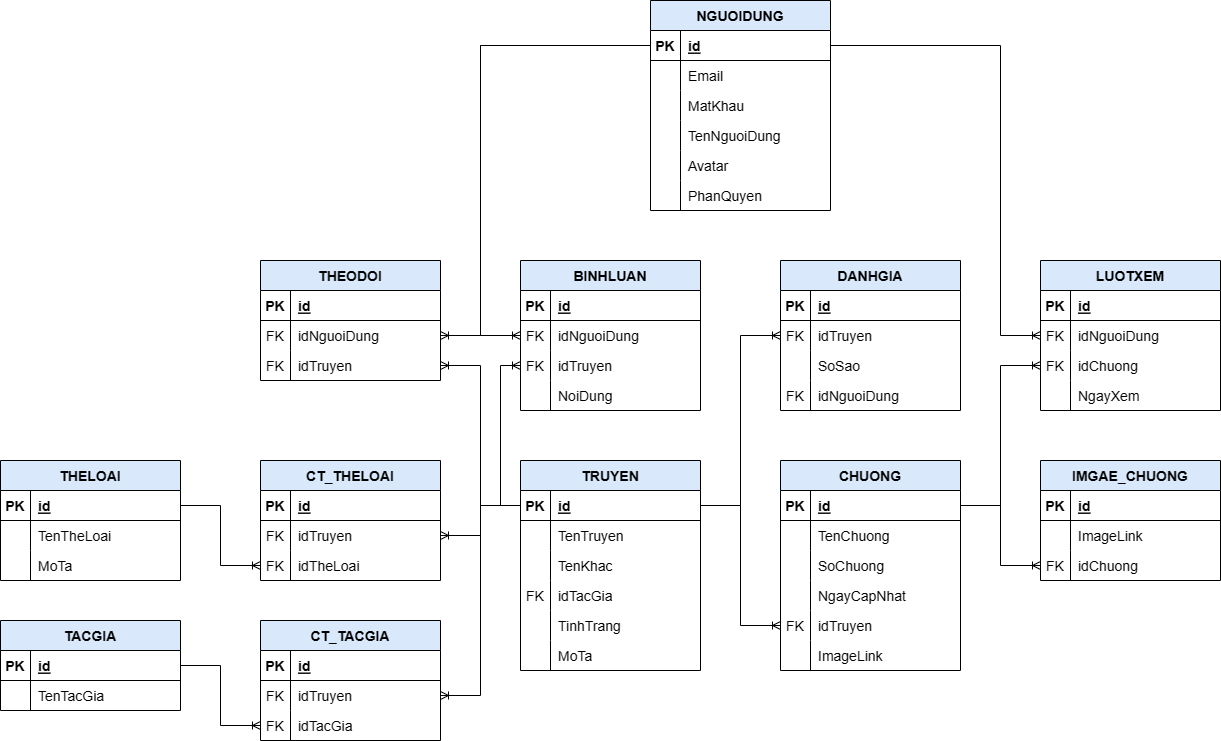
Before: ERD.png, a diagram exported from draw.io (nguyenhuutu270402/App-Comic-Reading). Source tidied: cells renumbered, new cells last; positions are measured from the earlier drawing's top-left corner, leaving out a move shared by most shapes.
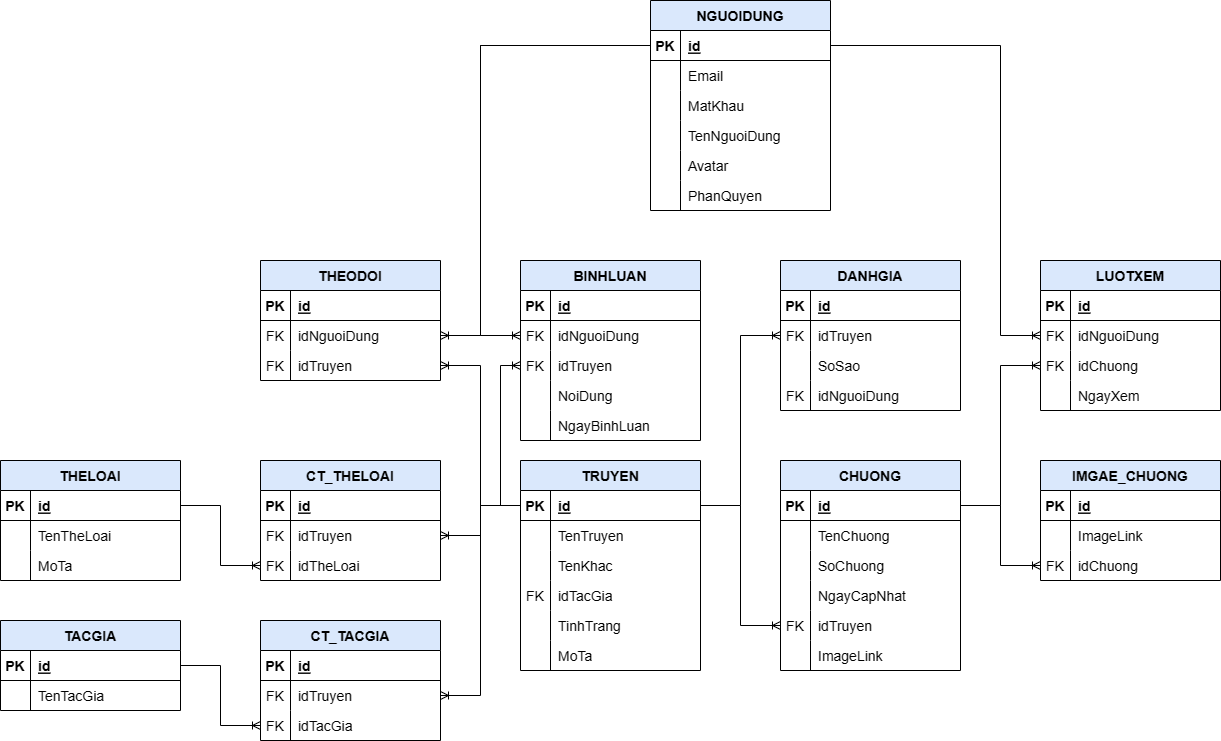
The same diagram one commit later.

Change to the diagram source:
```diff
@@ -471,7 +471,7 @@
       <mxGeometry relative="1" as="geometry" />
     </mxCell>
     <mxCell id="153" value="BINHLUAN" style="shape=table;startSize=30;rowLines=0;fontStyle=1;align=center;labelBackgroundColor=none;fillColor=#dae8fc;strokeColor=#000000;fontSize=14;" parent="1" vertex="1">
-      <mxGeometry x="520" y="260" width="180" height="150" as="geometry" />
+      <mxGeometry x="520" y="260" width="180" height="180" as="geometry" />
     </mxCell>
     <mxCell id="154" style="shape=tableRow;horizontal=0;startSize=0;swimlaneHead=0;swimlaneBody=0;fillColor=none;top=0;left=0;right=0;bottom=1;fontSize=14;" parent="153" vertex="1">
       <mxGeometry y="30" width="180" height="30" as="geometry" />
@@ -509,6 +509,15 @@
     <mxCell id="165" value="NoiDung" style="shape=partialRectangle;fillColor=none;top=0;left=0;bottom=0;right=0;align=left;spacingLeft=6;overflow=hidden;fontSize=14;" parent="163" vertex="1">
       <mxGeometry x="30" width="150" height="30" as="geometry" />
     </mxCell>
+    <mxCell id="168" style="shape=tableRow;horizontal=0;startSize=0;swimlaneHead=0;swimlaneBody=0;fillColor=none;top=0;left=0;right=0;bottom=0;fontSize=14;" parent="153" vertex="1">
+      <mxGeometry y="150" width="180" height="30" as="geometry" />
+    </mxCell>
+    <mxCell id="169" style="shape=partialRectangle;fillColor=none;top=0;left=0;bottom=0;right=0;overflow=hidden;fontSize=14;" parent="168" vertex="1">
+      <mxGeometry width="30" height="30" as="geometry" />
+    </mxCell>
+    <mxCell id="170" value="NgayBinhLuan" style="shape=partialRectangle;fillColor=none;top=0;left=0;bottom=0;right=0;align=left;spacingLeft=6;overflow=hidden;fontSize=14;" parent="168" vertex="1">
+      <mxGeometry x="30" width="150" height="30" as="geometry" />
+    </mxCell>
     <mxCell id="166" style="edgeStyle=orthogonalEdgeStyle;fontSize=12;html=1;endArrow=ERoneToMany;rounded=0;exitX=0;exitY=0.5;exitDx=0;exitDy=0;entryX=0;entryY=0.5;entryDx=0;entryDy=0;" parent="1" edge="1" source="13" target="160">
       <mxGeometry relative="1" as="geometry">
         <Array as="points">
```
